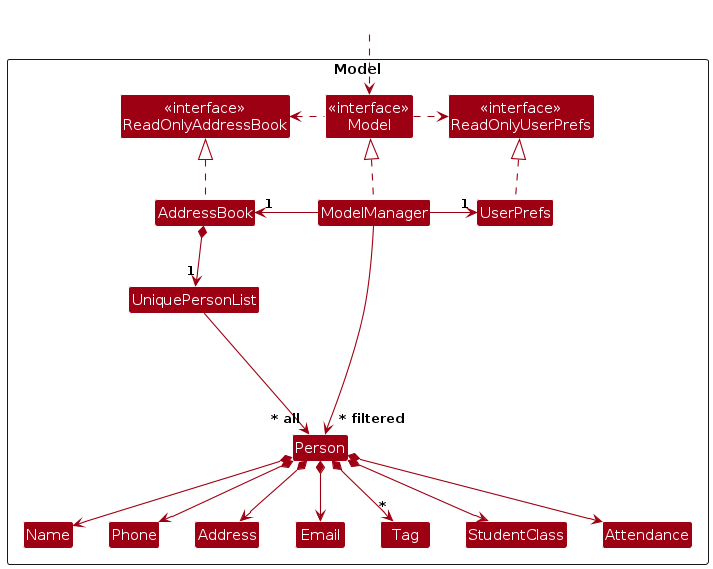
Before: diagrams/ModelClassDiagram.png, a diagram exported from PlantUML (AY2425S1-CS2103-F12-4/tp). Its source is kept beside it as diagrams/ModelClassDiagram.puml.
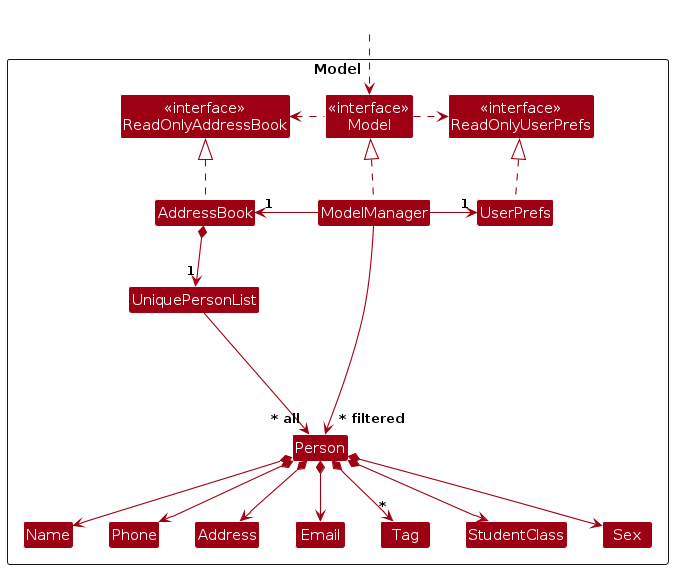
Above is the later version.

The edit, as a diff of the source:
```diff
@@ -20,7 +20,7 @@
 Class Phone
 Class Tag
 Class StudentClass
-Class Attendance
+Class Sex
 
 Class I #FFFFFF
 }
@@ -45,7 +45,7 @@
 Person *--> Address
 Person *--> "*" Tag
 Person *--> StudentClass
-Person *--> Attendance
+Person *--> Sex
 
 Person -[hidden]up--> I
 UniquePersonList -[hidden]right-> I
```
